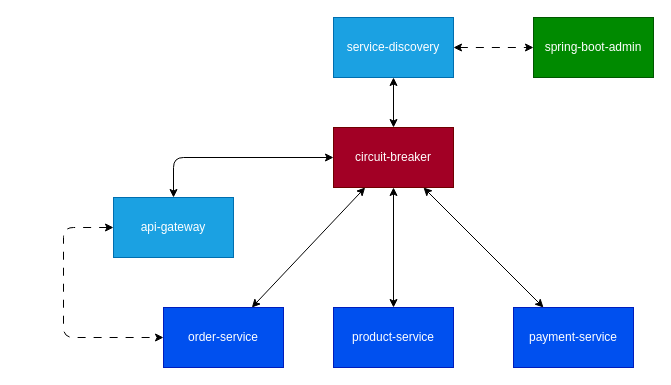
Above: page "Page-1" (1 of 2) of Spring-Boot-Microservices.drawio in contactsandeepdash/spring-boot-microservices (draw.io), before the change. Source tidied: cells renumbered, new cells numbered last; positions are measured from the earlier drawing's top-left corner, leaving out a move shared by most shapes. Both pictures are drawn from the tidied source at 100%, with x=0, y=0 at pixel (63, 17).
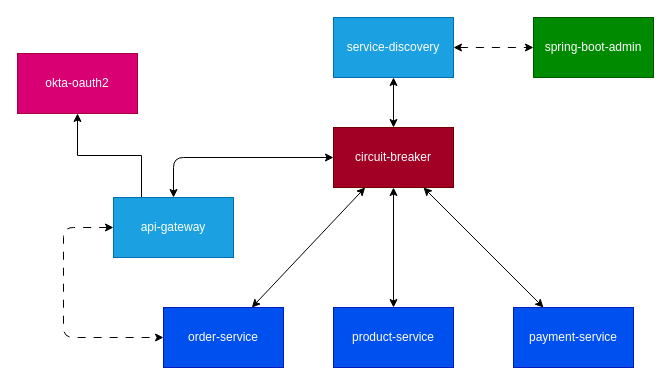
After the change.

Commit message:
okta oauth2 added to diagram

The change refers to these unchanged cells:
```xml
<mxCell id="10" value="api-gateway" style="whiteSpace=wrap;html=1;rounded=0;fillColor=#1ba1e2;strokeColor=#006EAF;fontColor=#ffffff;" parent="1" vertex="1">
  <mxGeometry x="50" y="180" width="120" height="60" as="geometry" />
</mxCell>
```

What changed in the source:
```diff
@@
+    <mxCell id="16" style="edgeStyle=orthogonalEdgeStyle;rounded=0;jettySize=auto;html=1;" parent="1" edge="1" source="10" target="17">
+      <mxGeometry relative="1" as="geometry">
+        <Array as="points">
+          <mxPoint x="78" y="138" />
+          <mxPoint x="14" y="138" />
+        </Array>
+      </mxGeometry>
+    </mxCell>
@@
+    <mxCell id="17" value="okta-oauth2" style="whiteSpace=wrap;html=1;fillColor=#d80073;strokeColor=#A50040;rounded=0;fontColor=#ffffff;" parent="1" vertex="1">
+      <mxGeometry x="-46" y="36" width="120" height="60" as="geometry" />
+    </mxCell>
```
